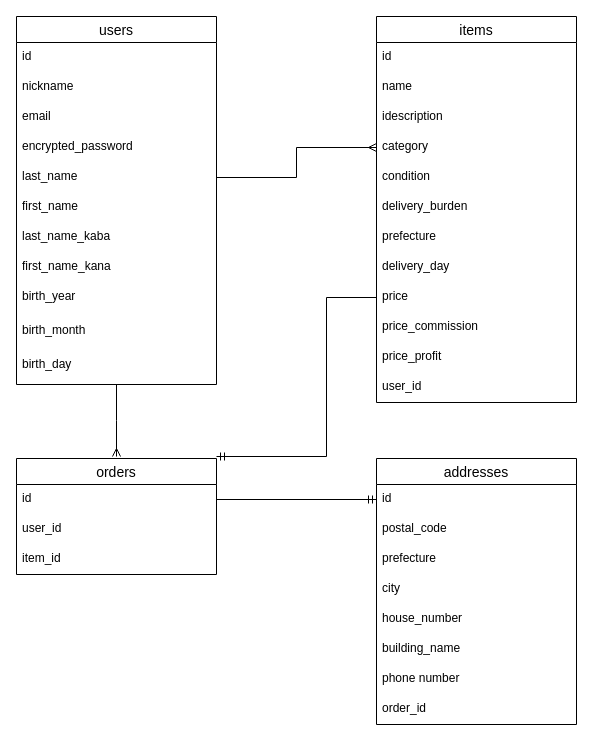
7563Yui7564/furima-36118 keeps this draw.io diagram as er.dio. Above is the earlier version. Source tidied: cells renumbered, new cells numbered last; positions are measured from the earlier drawing's top-left corner, leaving out a move shared by most shapes. Both pictures are drawn from the tidied source at 100%, with x=0, y=0 at pixel (16, 16).
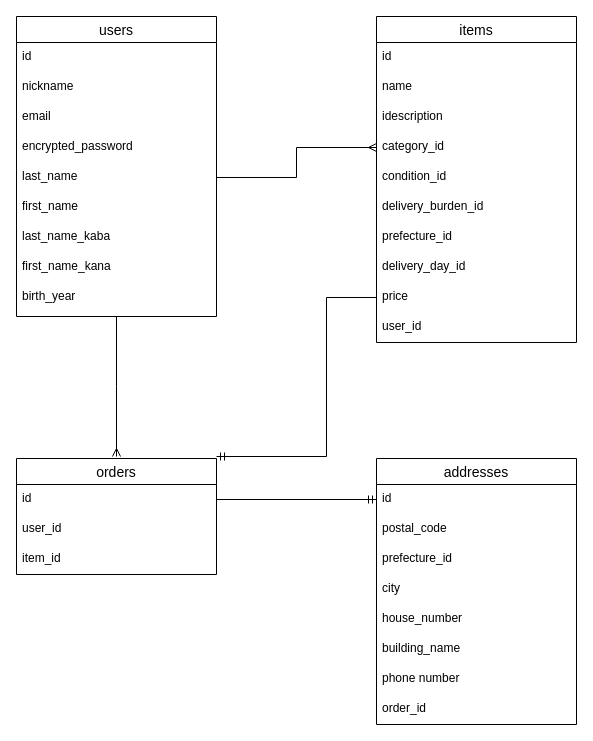
After the change.

Commit message:
データベース修正-4

The change refers to these unchanged cells:
```xml
<mxCell id="32" value="addresses" style="swimlane;fontStyle=0;horizontal=1;startSize=26;align=center;fontSize=14;" parent="1" vertex="1">
  <mxGeometry x="360" y="442" width="200" height="266" as="geometry" />
</mxCell>
```

Diff of the diagram source:
```diff
@@
     <mxCell id="3" value="users" style="swimlane;fontStyle=0;horizontal=1;startSize=26;align=center;fontSize=14;" parent="1" vertex="1">
-      <mxGeometry width="200" height="368" as="geometry" />
+      <mxGeometry width="200" height="300" as="geometry" />
     </mxCell>
@@
-    <mxCell id="13" value="birth_month" style="text;strokeColor=none;fillColor=none;spacingLeft=4;spacingRight=4;overflow=hidden;fontSize=12;" parent="3" vertex="1">
-      <mxGeometry y="300" width="200" height="34" as="geometry" />
-    </mxCell>
-    <mxCell id="14" value="birth_day" style="text;strokeColor=none;fillColor=none;spacingLeft=4;spacingRight=4;overflow=hidden;fontSize=12;" parent="3" vertex="1">
-      <mxGeometry y="334" width="200" height="34" as="geometry" />
-    </mxCell>
     <mxCell id="15" value="items" style="swimlane;fontStyle=0;horizontal=1;startSize=26;align=center;fontSize=14;" parent="1" vertex="1">
-      <mxGeometry x="360" width="200" height="386" as="geometry" />
+      <mxGeometry x="360" width="200" height="326" as="geometry" />
     </mxCell>
@@
-    <mxCell id="19" value="category" style="text;strokeColor=none;fillColor=none;spacingLeft=4;spacingRight=4;overflow=hidden;points=[[0,0.5],[1,0.5]];portConstraint=eastwest;fontSize=12;" parent="15" vertex="1">
+    <mxCell id="19" value="category_id" style="text;strokeColor=none;fillColor=none;spacingLeft=4;spacingRight=4;overflow=hidden;points=[[0,0.5],[1,0.5]];portConstraint=eastwest;fontSize=12;" parent="15" vertex="1">
       <mxGeometry y="116" width="200" height="30" as="geometry" />
     </mxCell>
-    <mxCell id="20" value="condition" style="text;strokeColor=none;fillColor=none;spacingLeft=4;spacingRight=4;overflow=hidden;fontSize=12;" parent="15" vertex="1">
+    <mxCell id="20" value="condition_id" style="text;strokeColor=none;fillColor=none;spacingLeft=4;spacingRight=4;overflow=hidden;fontSize=12;" parent="15" vertex="1">
       <mxGeometry y="146" width="200" height="30" as="geometry" />
     </mxCell>
-    <mxCell id="21" value="delivery_burden" style="text;strokeColor=none;fillColor=none;spacingLeft=4;spacingRight=4;overflow=hidden;fontSize=12;" parent="15" vertex="1">
+    <mxCell id="21" value="delivery_burden_id" style="text;strokeColor=none;fillColor=none;spacingLeft=4;spacingRight=4;overflow=hidden;fontSize=12;" parent="15" vertex="1">
       <mxGeometry y="176" width="200" height="30" as="geometry" />
     </mxCell>
-    <mxCell id="22" value="prefecture" style="text;strokeColor=none;fillColor=none;spacingLeft=4;spacingRight=4;overflow=hidden;fontSize=12;" parent="15" vertex="1">
+    <mxCell id="22" value="prefecture_id" style="text;strokeColor=none;fillColor=none;spacingLeft=4;spacingRight=4;overflow=hidden;fontSize=12;" parent="15" vertex="1">
       <mxGeometry y="206" width="200" height="30" as="geometry" />
     </mxCell>
-    <mxCell id="23" value="delivery_day" style="text;strokeColor=none;fillColor=none;spacingLeft=4;spacingRight=4;overflow=hidden;fontSize=12;" parent="15" vertex="1">
+    <mxCell id="23" value="delivery_day_id" style="text;strokeColor=none;fillColor=none;spacingLeft=4;spacingRight=4;overflow=hidden;fontSize=12;" parent="15" vertex="1">
       <mxGeometry y="236" width="200" height="30" as="geometry" />
     </mxCell>
@@
-    <mxCell id="25" value="price_commission" style="text;strokeColor=none;fillColor=none;spacingLeft=4;spacingRight=4;overflow=hidden;fontSize=12;" parent="15" vertex="1">
-      <mxGeometry y="296" width="200" height="30" as="geometry" />
-    </mxCell>
-    <mxCell id="26" value="price_profit" style="text;strokeColor=none;fillColor=none;spacingLeft=4;spacingRight=4;overflow=hidden;fontSize=12;" parent="15" vertex="1">
-      <mxGeometry y="326" width="200" height="30" as="geometry" />
-    </mxCell>
     <mxCell id="27" value="user_id" style="text;strokeColor=none;fillColor=none;spacingLeft=4;spacingRight=4;overflow=hidden;fontSize=12;" parent="15" vertex="1">
-      <mxGeometry y="356" width="200" height="30" as="geometry" />
+      <mxGeometry y="296" width="200" height="30" as="geometry" />
     </mxCell>
@@
-    <mxCell id="35" value="prefecture" style="text;strokeColor=none;fillColor=none;spacingLeft=4;spacingRight=4;overflow=hidden;fontSize=12;" parent="32" vertex="1">
+    <mxCell id="35" value="prefecture_id" style="text;strokeColor=none;fillColor=none;spacingLeft=4;spacingRight=4;overflow=hidden;fontSize=12;" parent="32" vertex="1">
       <mxGeometry y="86" width="200" height="30" as="geometry" />
     </mxCell>
```
